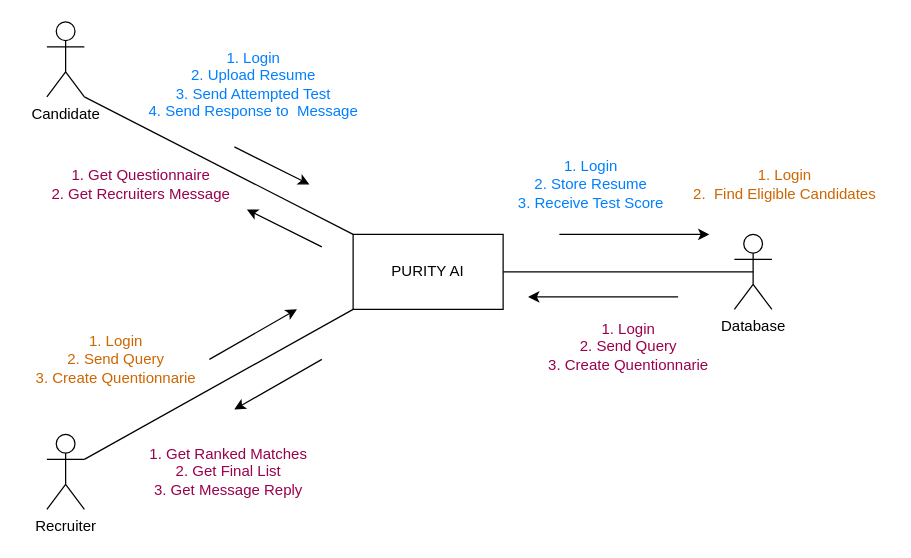
ParthKapoor-dev/Purity.AI keeps this draw.io diagram as diagrams/Colab Dia.drawio. Above is the earlier version. Source tidied: cells renumbered, new cells numbered last; positions are measured from the earlier drawing's top-left corner, leaving out a move shared by most shapes. Both pictures are drawn from the tidied source at 125%, with x=0, y=0 at pixel (21, 21).
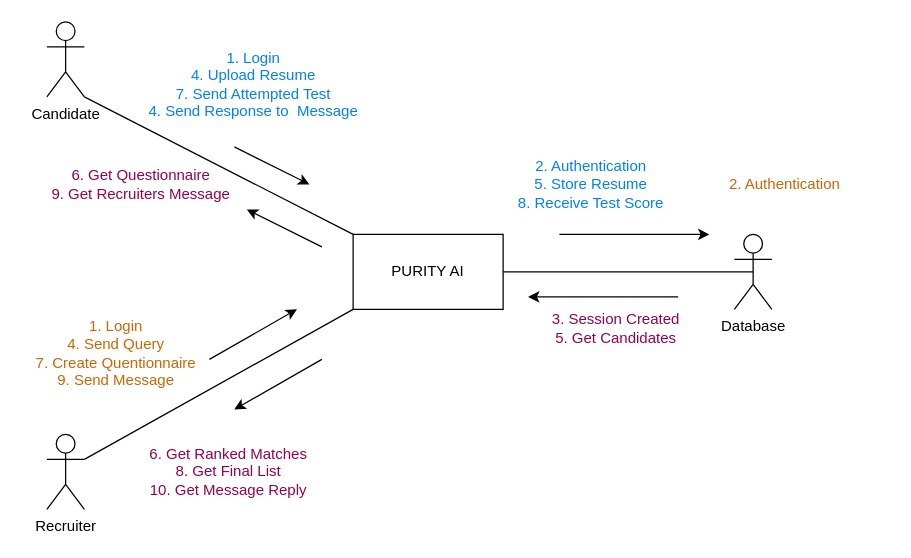
The same page after the edit.

The edit, as a diff of the source:
```diff
@@
-    <mxCell id="9" value="&lt;font color=&quot;#007fff&quot;&gt;1. Login&lt;/font&gt;&lt;div&gt;&lt;font color=&quot;#007fff&quot;&gt;2. Upload Resume&lt;br&gt;3. Send Attempted Test&lt;br&gt;4. Send Response to&amp;nbsp; Message&lt;/font&gt;&lt;/div&gt;" style="text;html=1;align=center;verticalAlign=middle;strokeColor=none;fillColor=none;" parent="1" vertex="1">
+    <mxCell id="9" value="&lt;font color=&quot;#007fff&quot;&gt;1. Login&lt;/font&gt;&lt;div&gt;&lt;font color=&quot;#007fff&quot;&gt;4. Upload Resume&lt;br&gt;7. Send Attempted Test&lt;br&gt;4. Send Response to&amp;nbsp; Message&lt;/font&gt;&lt;/div&gt;" style="text;html=1;align=center;verticalAlign=middle;strokeColor=none;fillColor=none;" parent="1" vertex="1">
       <mxGeometry x="90" y="15" width="190" height="70" as="geometry" />
     </mxCell>
-    <mxCell id="10" value="&lt;font color=&quot;#007fff&quot;&gt;1. Login&lt;/font&gt;&lt;div&gt;&lt;font color=&quot;#007fff&quot;&gt;2. Store Resume&lt;br&gt;3. Receive Test Score&lt;/font&gt;&lt;/div&gt;" style="text;html=1;align=center;verticalAlign=middle;strokeColor=none;fillColor=none;" parent="1" vertex="1">
+    <mxCell id="10" value="&lt;font color=&quot;#007fff&quot;&gt;2. Authentication&lt;/font&gt;&lt;div&gt;&lt;font color=&quot;#007fff&quot;&gt;5. Store Resume&lt;br&gt;8. Receive Test Score&lt;/font&gt;&lt;/div&gt;" style="text;html=1;align=center;verticalAlign=middle;strokeColor=none;fillColor=none;" parent="1" vertex="1">
       <mxGeometry x="385" y="100" width="140" height="60" as="geometry" />
     </mxCell>
-    <mxCell id="11" value="&lt;font color=&quot;#cc6600&quot;&gt;1. Login&lt;/font&gt;&lt;div&gt;&lt;font color=&quot;#cc6600&quot;&gt;2. Send Query&lt;br&gt;3. Create Quentionnarie&lt;/font&gt;&lt;/div&gt;" style="text;html=1;align=center;verticalAlign=middle;strokeColor=none;fillColor=none;" parent="1" vertex="1">
-      <mxGeometry y="240" width="150" height="60" as="geometry" />
+    <mxCell id="11" value="&lt;font color=&quot;#cc6600&quot;&gt;1. Login&lt;/font&gt;&lt;div&gt;&lt;font color=&quot;#cc6600&quot;&gt;4. Send Query&lt;br&gt;7. Create Quentionnaire&lt;br&gt;9. Send Message&lt;/font&gt;&lt;/div&gt;" style="text;html=1;align=center;verticalAlign=middle;strokeColor=none;fillColor=none;" parent="1" vertex="1">
+      <mxGeometry y="230" width="150" height="70" as="geometry" />
     </mxCell>
-    <mxCell id="12" value="&lt;font color=&quot;#cc6600&quot;&gt;1. Login&lt;/font&gt;&lt;div&gt;&lt;font color=&quot;#cc6600&quot;&gt;2.&amp;nbsp; Find Eligible Candidates&lt;br&gt;&lt;/font&gt;&lt;/div&gt;" style="text;html=1;align=center;verticalAlign=middle;strokeColor=none;fillColor=none;" parent="1" vertex="1">
-      <mxGeometry x="525" y="110" width="170" height="40" as="geometry" />
+    <mxCell id="12" value="&lt;font color=&quot;#cc6600&quot;&gt;2. Authentication&lt;/font&gt;" style="text;html=1;align=center;verticalAlign=middle;strokeColor=none;fillColor=none;" parent="1" vertex="1">
+      <mxGeometry x="555" y="115" width="110" height="30" as="geometry" />
     </mxCell>
-    <mxCell id="13" value="&lt;font color=&quot;#99004d&quot;&gt;1. Login&lt;/font&gt;&lt;div&gt;&lt;font color=&quot;#99004d&quot;&gt;2. Send Query&lt;br&gt;3. Create Quentionnarie&lt;/font&gt;&lt;/div&gt;" style="text;html=1;align=center;verticalAlign=middle;strokeColor=none;fillColor=none;" parent="1" vertex="1">
-      <mxGeometry x="410" y="230" width="150" height="60" as="geometry" />
+    <mxCell id="13" value="&lt;font color=&quot;#99004d&quot;&gt;3. Session Created&lt;br&gt;5. Get Candidates&lt;/font&gt;" style="text;html=1;align=center;verticalAlign=middle;strokeColor=none;fillColor=none;" parent="1" vertex="1">
+      <mxGeometry x="410" y="225" width="130" height="40" as="geometry" />
     </mxCell>
-    <mxCell id="14" value="&lt;font color=&quot;#99004d&quot;&gt;1. Get Ranked Matches&lt;/font&gt;&lt;div&gt;&lt;font color=&quot;#99004d&quot;&gt;2. Get Final List&lt;br&gt;3. Get Message Reply&lt;/font&gt;&lt;/div&gt;" style="text;html=1;align=center;verticalAlign=middle;strokeColor=none;fillColor=none;" parent="1" vertex="1">
+    <mxCell id="14" value="&lt;font color=&quot;#99004d&quot;&gt;6. Get Ranked Matches&lt;/font&gt;&lt;div&gt;&lt;font color=&quot;#99004d&quot;&gt;8. Get Final List&lt;br&gt;10. Get Message Reply&lt;/font&gt;&lt;/div&gt;" style="text;html=1;align=center;verticalAlign=middle;strokeColor=none;fillColor=none;" parent="1" vertex="1">
       <mxGeometry x="90" y="330" width="150" height="60" as="geometry" />
     </mxCell>
-    <mxCell id="15" value="&lt;font color=&quot;#99004d&quot;&gt;1. Get Questionnaire&lt;/font&gt;&lt;div&gt;&lt;font color=&quot;#99004d&quot;&gt;2. Get Recruiters Message&lt;br&gt;&lt;/font&gt;&lt;/div&gt;" style="text;html=1;align=center;verticalAlign=middle;strokeColor=none;fillColor=none;" parent="1" vertex="1">
+    <mxCell id="15" value="&lt;font color=&quot;#99004d&quot;&gt;6. Get Questionnaire&lt;/font&gt;&lt;div&gt;&lt;font color=&quot;#99004d&quot;&gt;9. Get Recruiters Message&lt;br&gt;&lt;/font&gt;&lt;/div&gt;" style="text;html=1;align=center;verticalAlign=middle;strokeColor=none;fillColor=none;" parent="1" vertex="1">
       <mxGeometry x="10" y="110" width="170" height="40" as="geometry" />
     </mxCell>
```
